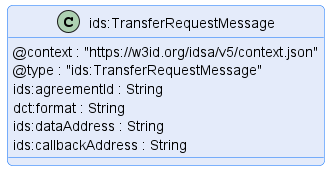
Before: transfer/message/diagram/transfer-request-message.png, a diagram exported from PlantUML (International-Data-Spaces-Association/ids-specification).
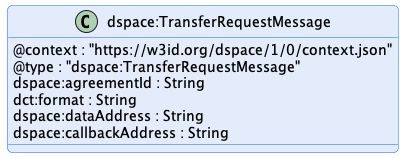
Above is the later version.

Change to the diagram source:
```diff
@@ -1,18 +1,18 @@
 @startuml "transfer-request-message"
 !pragma layout smetana
 
-!include ../../diagrams/diagram.styles.puml
+!include ../../../common/style/diagram.styles.puml
 
 hide empty description
 
 
-class "ids:TransferRequestMessage" {
-    @context : "https://w3id.org/idsa/v5/context.json"
-    @type : "ids:TransferRequestMessage"
-    ids:agreementId : String
+class "dspace:TransferRequestMessage" {
+    @context : "https://w3id.org/dspace/1/0/context.json"
+    @type : "dspace:TransferRequestMessage"
+    dspace:agreementId : String
     dct:format : String
-    ids:dataAddress : String
-    ids:callbackAddress : String
+    dspace:dataAddress : String
+    dspace:callbackAddress : String
 }
 
 @enduml
```
